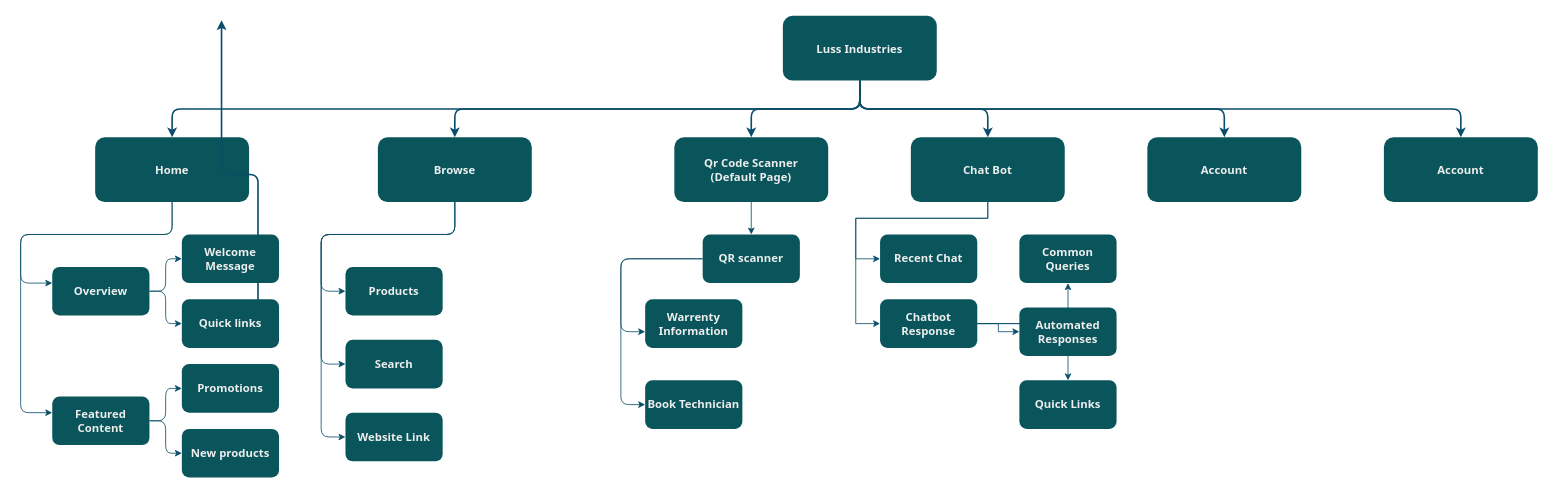
Above: Untitled Diagram.drawio in alishgosai/draw-io (draw.io), before the change. Source tidied: cells renumbered, new cells numbered last; positions are measured from the earlier drawing's top-left corner, leaving out a move shared by most shapes. Both pictures are drawn from the tidied source at 81%, with x=0, y=0 at pixel (20, 15).
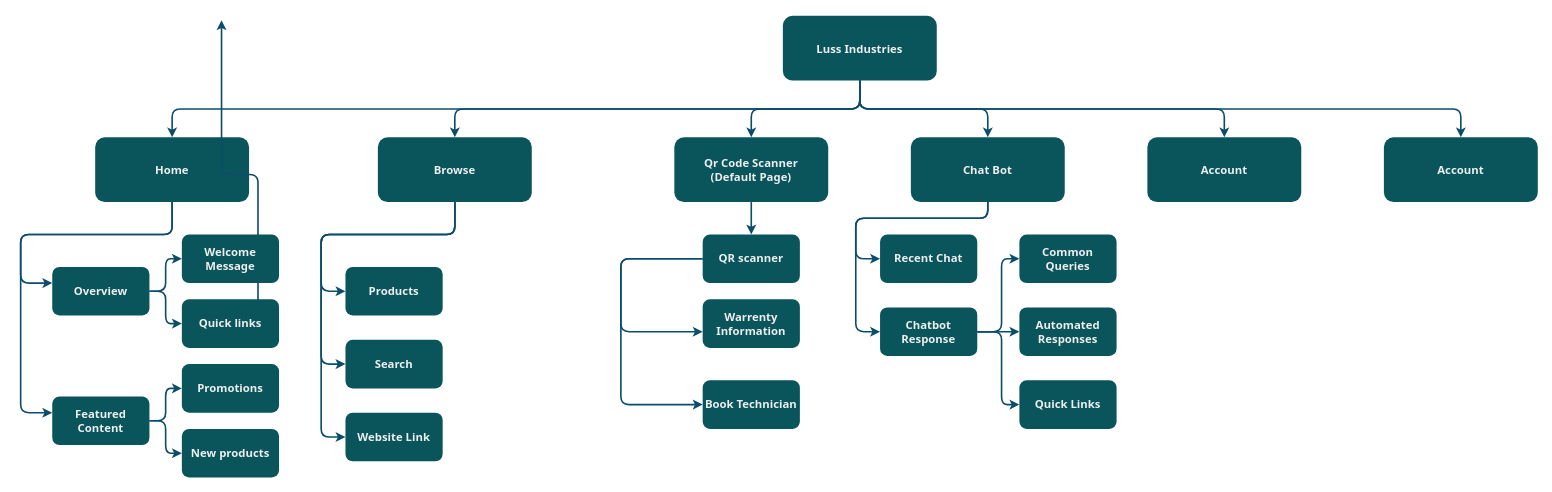
Above is the later version.

The edit, as a diff of the source:
```diff
@@
-    <mxCell id="2" value="Luss Industries" style="rounded=1;fillColor=#09555B;strokeColor=none;fontColor=#EEEEEE;fontStyle=1;fontFamily=Tahoma;fontSize=14;flipH=0;labelBackgroundColor=none;" parent="1" vertex="1">
+    <mxCell id="2" value="Luss Industries" style="rounded=1;fillColor=#09555B;strokeColor=none;fontColor=#EEEEEE;fontStyle=1;fontFamily=Tahoma;fontSize=14;flipH=0;labelBackgroundColor=none;strokeWidth=2;" parent="1" vertex="1">
       <mxGeometry x="941" width="190" height="80" as="geometry" />
     </mxCell>
-    <mxCell id="3" value="Account" style="rounded=1;fillColor=#09555B;strokeColor=none;fontColor=#EEEEEE;fontStyle=1;fontFamily=Tahoma;fontSize=14;direction=west;flipH=0;labelBackgroundColor=none;" parent="1" vertex="1">
+    <mxCell id="3" value="Account" style="rounded=1;fillColor=#09555B;strokeColor=none;fontColor=#EEEEEE;fontStyle=1;fontFamily=Tahoma;fontSize=14;direction=west;flipH=0;labelBackgroundColor=none;strokeWidth=2;" parent="1" vertex="1">
       <mxGeometry x="1391" y="150" width="190" height="80" as="geometry" />
     </mxCell>
@@
-    <mxCell id="5" style="edgeStyle=orthogonalEdgeStyle;rounded=1;jettySize=auto;html=1;labelBackgroundColor=none;strokeColor=#0B4D6A;fontColor=default;" parent="1" edge="1" source="6" target="39">
+    <mxCell id="5" style="edgeStyle=orthogonalEdgeStyle;rounded=1;jettySize=auto;html=1;labelBackgroundColor=none;strokeColor=#0B4D6A;fontColor=default;strokeWidth=2;" parent="1" edge="1" source="6" target="39">
       <mxGeometry relative="1" as="geometry" />
     </mxCell>
-    <mxCell id="6" value="Qr Code Scanner&#10;(Default Page)" style="rounded=1;fillColor=#09555B;strokeColor=none;fontColor=#EEEEEE;fontStyle=1;fontFamily=Tahoma;fontSize=14;direction=west;flipH=1;flipV=1;labelBackgroundColor=none;" parent="1" vertex="1">
+    <mxCell id="6" value="Qr Code Scanner&#10;(Default Page)" style="rounded=1;fillColor=#09555B;strokeColor=none;fontColor=#EEEEEE;fontStyle=1;fontFamily=Tahoma;fontSize=14;direction=west;flipH=1;flipV=1;labelBackgroundColor=none;strokeWidth=2;" parent="1" vertex="1">
       <mxGeometry x="807" y="150" width="190" height="80" as="geometry" />
     </mxCell>
-    <mxCell id="7" style="edgeStyle=orthogonalEdgeStyle;rounded=1;jettySize=auto;html=1;labelBackgroundColor=none;strokeColor=#0B4D6A;fontColor=default;" parent="1" edge="1" source="10" target="34">
+    <mxCell id="7" style="edgeStyle=orthogonalEdgeStyle;rounded=1;jettySize=auto;html=1;labelBackgroundColor=none;strokeColor=#0B4D6A;fontColor=default;strokeWidth=2;" parent="1" edge="1" source="10" target="34">
       <mxGeometry relative="1" as="geometry">
         <Array as="points">
           <mxPoint x="536" y="270" />
           <mxPoint x="371" y="270" />
           <mxPoint x="371" y="340" />
         </Array>
       </mxGeometry>
     </mxCell>
-    <mxCell id="8" style="edgeStyle=orthogonalEdgeStyle;rounded=1;jettySize=auto;html=1;labelBackgroundColor=none;strokeColor=#0B4D6A;fontColor=default;" parent="1" edge="1" source="10" target="35">
+    <mxCell id="8" style="edgeStyle=orthogonalEdgeStyle;rounded=1;jettySize=auto;html=1;labelBackgroundColor=none;strokeColor=#0B4D6A;fontColor=default;strokeWidth=2;" parent="1" edge="1" source="10" target="35">
       <mxGeometry relative="1" as="geometry">
         <Array as="points">
           <mxPoint x="536" y="270" />
           <mxPoint x="371" y="270" />
           <mxPoint x="371" y="430" />
         </Array>
       </mxGeometry>
     </mxCell>
-    <mxCell id="9" style="edgeStyle=orthogonalEdgeStyle;rounded=1;jettySize=auto;html=1;labelBackgroundColor=none;strokeColor=#0B4D6A;fontColor=default;" parent="1" edge="1" source="10" target="36">
+    <mxCell id="9" style="edgeStyle=orthogonalEdgeStyle;rounded=1;jettySize=auto;html=1;labelBackgroundColor=none;strokeColor=#0B4D6A;fontColor=default;strokeWidth=2;" parent="1" edge="1" source="10" target="36">
       <mxGeometry relative="1" as="geometry">
         <Array as="points">
           <mxPoint x="536" y="270" />
           <mxPoint x="371" y="270" />
           <mxPoint x="371" y="520" />
         </Array>
       </mxGeometry>
     </mxCell>
-    <mxCell id="10" value="Browse" style="rounded=1;fillColor=#09555B;strokeColor=none;fontColor=#EEEEEE;fontStyle=1;fontFamily=Tahoma;fontSize=14;direction=west;flipH=0;labelBackgroundColor=none;" parent="1" vertex="1">
+    <mxCell id="10" value="Browse" style="rounded=1;fillColor=#09555B;strokeColor=none;fontColor=#EEEEEE;fontStyle=1;fontFamily=Tahoma;fontSize=14;direction=west;flipH=0;labelBackgroundColor=none;strokeWidth=2;" parent="1" vertex="1">
       <mxGeometry x="441" y="150" width="190" height="80" as="geometry" />
     </mxCell>
-    <mxCell id="11" style="edgeStyle=orthogonalEdgeStyle;rounded=1;jettySize=auto;html=1;labelBackgroundColor=none;strokeColor=#0B4D6A;fontColor=default;" parent="1" edge="1" source="13" target="26">
+    <mxCell id="11" style="edgeStyle=orthogonalEdgeStyle;rounded=1;jettySize=auto;html=1;labelBackgroundColor=none;strokeColor=#0B4D6A;fontColor=default;strokeWidth=2;" parent="1" edge="1" source="13" target="26">
       <mxGeometry relative="1" as="geometry">
         <Array as="points">
           <mxPoint x="187" y="270" />
           <mxPoint y="270" />
           <mxPoint y="330" />
         </Array>
       </mxGeometry>
     </mxCell>
-    <mxCell id="12" style="edgeStyle=orthogonalEdgeStyle;rounded=1;jettySize=auto;html=1;labelBackgroundColor=none;strokeColor=#0B4D6A;fontColor=default;" parent="1" edge="1" source="13" target="27">
+    <mxCell id="12" style="edgeStyle=orthogonalEdgeStyle;rounded=1;jettySize=auto;html=1;labelBackgroundColor=none;strokeColor=#0B4D6A;fontColor=default;strokeWidth=2;" parent="1" edge="1" source="13" target="27">
       <mxGeometry relative="1" as="geometry">
         <Array as="points">
           <mxPoint x="187" y="270" />
           <mxPoint y="270" />
           <mxPoint y="490" />
         </Array>
       </mxGeometry>
     </mxCell>
-    <mxCell id="13" value="Home" style="rounded=1;fillColor=#09555B;strokeColor=none;fontColor=#EEEEEE;fontStyle=1;fontFamily=Tahoma;fontSize=14;direction=west;flipH=0;labelBackgroundColor=none;" parent="1" vertex="1">
+    <mxCell id="13" value="Home" style="rounded=1;fillColor=#09555B;strokeColor=none;fontColor=#EEEEEE;fontStyle=1;fontFamily=Tahoma;fontSize=14;direction=west;flipH=0;labelBackgroundColor=none;strokeWidth=2;" parent="1" vertex="1">
       <mxGeometry x="92" y="150" width="190" height="80" as="geometry" />
     </mxCell>
@@
-    <mxCell id="19" style="edgeStyle=orthogonalEdgeStyle;rounded=0;jettySize=auto;html=1;strokeColor=#0B4D6A;" parent="1" edge="1" source="21" target="42">
+    <mxCell id="19" style="edgeStyle=orthogonalEdgeStyle;rounded=1;jettySize=auto;html=1;strokeColor=#0B4D6A;labelBackgroundColor=none;fontColor=default;strokeWidth=2;" parent="1" edge="1" source="21" target="42">
       <mxGeometry relative="1" as="geometry">
         <Array as="points">
           <mxPoint x="1194" y="250" />
           <mxPoint x="1031" y="250" />
           <mxPoint x="1031" y="300" />
         </Array>
       </mxGeometry>
     </mxCell>
-    <mxCell id="20" style="edgeStyle=orthogonalEdgeStyle;rounded=0;jettySize=auto;html=1;strokeColor=#0B4D6A;entryX=0;entryY=0.5;entryDx=0;entryDy=0;" parent="1" edge="1" source="21" target="46">
+    <mxCell id="20" style="edgeStyle=orthogonalEdgeStyle;rounded=1;jettySize=auto;html=1;entryX=0;entryY=0.5;entryDx=0;entryDy=0;strokeColor=#0B4D6A;strokeWidth=2;" parent="1" edge="1" source="21" target="46">
       <mxGeometry relative="1" as="geometry">
         <Array as="points">
           <mxPoint x="1194" y="250" />
           <mxPoint x="1031" y="250" />
-          <mxPoint x="1031" y="380" />
+          <mxPoint x="1031" y="390" />
         </Array>
       </mxGeometry>
     </mxCell>
-    <mxCell id="21" value="Chat Bot" style="rounded=1;fillColor=#09555B;strokeColor=none;fontColor=#EEEEEE;fontStyle=1;fontFamily=Tahoma;fontSize=14;direction=west;flipH=0;labelBackgroundColor=none;" parent="1" vertex="1">
+    <mxCell id="21" value="Chat Bot" style="rounded=1;fillColor=#09555B;strokeColor=none;fontColor=#EEEEEE;fontStyle=1;fontFamily=Tahoma;fontSize=14;direction=west;flipH=0;labelBackgroundColor=none;strokeWidth=2;" parent="1" vertex="1">
       <mxGeometry x="1099" y="150" width="190" height="80" as="geometry" />
     </mxCell>
-    <mxCell id="22" value="Account" style="rounded=1;fillColor=#09555B;strokeColor=none;fontColor=#EEEEEE;fontStyle=1;fontFamily=Tahoma;fontSize=14;direction=west;flipH=0;labelBackgroundColor=none;" parent="1" vertex="1">
+    <mxCell id="22" value="Account" style="rounded=1;fillColor=#09555B;strokeColor=none;fontColor=#EEEEEE;fontStyle=1;fontFamily=Tahoma;fontSize=14;direction=west;flipH=0;labelBackgroundColor=none;strokeWidth=2;" parent="1" vertex="1">
       <mxGeometry x="1683" y="150" width="190" height="80" as="geometry" />
     </mxCell>
@@
-    <mxCell id="24" style="edgeStyle=orthogonalEdgeStyle;rounded=1;jettySize=auto;html=1;entryX=0;entryY=0.5;entryDx=0;entryDy=0;labelBackgroundColor=none;strokeColor=#0B4D6A;fontColor=default;" parent="1" edge="1" source="26" target="28">
+    <mxCell id="24" style="edgeStyle=orthogonalEdgeStyle;rounded=1;jettySize=auto;html=1;entryX=0;entryY=0.5;entryDx=0;entryDy=0;labelBackgroundColor=none;strokeColor=#0B4D6A;fontColor=default;strokeWidth=2;" parent="1" edge="1" source="26" target="28">
       <mxGeometry relative="1" as="geometry" />
     </mxCell>
-    <mxCell id="25" style="edgeStyle=orthogonalEdgeStyle;rounded=1;jettySize=auto;html=1;entryX=0;entryY=0.5;entryDx=0;entryDy=0;labelBackgroundColor=none;strokeColor=#0B4D6A;fontColor=default;" parent="1" edge="1" source="26" target="29">
+    <mxCell id="25" style="edgeStyle=orthogonalEdgeStyle;rounded=1;jettySize=auto;html=1;entryX=0;entryY=0.5;entryDx=0;entryDy=0;labelBackgroundColor=none;strokeColor=#0B4D6A;fontColor=default;strokeWidth=2;" parent="1" edge="1" source="26" target="29">
       <mxGeometry relative="1" as="geometry" />
     </mxCell>
-    <mxCell id="26" value="Overview" style="whiteSpace=wrap;html=1;fontSize=14;fontFamily=Tahoma;fillColor=#09555B;strokeColor=none;fontColor=#EEEEEE;rounded=1;fontStyle=1;labelBackgroundColor=none;" parent="1" vertex="1">
+    <mxCell id="26" value="Overview" style="whiteSpace=wrap;html=1;fontSize=14;fontFamily=Tahoma;fillColor=#09555B;strokeColor=none;fontColor=#EEEEEE;rounded=1;fontStyle=1;labelBackgroundColor=none;strokeWidth=2;" parent="1" vertex="1">
       <mxGeometry x="39" y="310" width="120" height="60" as="geometry" />
     </mxCell>
-    <mxCell id="27" value="Featured Content" style="whiteSpace=wrap;html=1;fontSize=14;fontFamily=Tahoma;fillColor=#09555B;strokeColor=none;fontColor=#EEEEEE;rounded=1;fontStyle=1;labelBackgroundColor=none;" parent="1" vertex="1">
+    <mxCell id="27" value="Featured Content" style="whiteSpace=wrap;html=1;fontSize=14;fontFamily=Tahoma;fillColor=#09555B;strokeColor=none;fontColor=#EEEEEE;rounded=1;fontStyle=1;labelBackgroundColor=none;strokeWidth=2;" parent="1" vertex="1">
       <mxGeometry x="39" y="470" width="120" height="60" as="geometry" />
     </mxCell>
-    <mxCell id="28" value="Welcome Message" style="whiteSpace=wrap;html=1;fontSize=14;fontFamily=Tahoma;fillColor=#09555B;strokeColor=none;fontColor=#EEEEEE;rounded=1;fontStyle=1;labelBackgroundColor=none;" parent="1" vertex="1">
+    <mxCell id="28" value="Welcome Message" style="whiteSpace=wrap;html=1;fontSize=14;fontFamily=Tahoma;fillColor=#09555B;strokeColor=none;fontColor=#EEEEEE;rounded=1;fontStyle=1;labelBackgroundColor=none;strokeWidth=2;" parent="1" vertex="1">
       <mxGeometry x="199" y="270" width="120" height="60" as="geometry" />
     </mxCell>
-    <mxCell id="29" value="Quick links" style="whiteSpace=wrap;html=1;fontSize=14;fontFamily=Tahoma;fillColor=#09555B;strokeColor=none;fontColor=#EEEEEE;rounded=1;fontStyle=1;labelBackgroundColor=none;" parent="1" vertex="1">
+    <mxCell id="29" value="Quick links" style="whiteSpace=wrap;html=1;fontSize=14;fontFamily=Tahoma;fillColor=#09555B;strokeColor=none;fontColor=#EEEEEE;rounded=1;fontStyle=1;labelBackgroundColor=none;strokeWidth=2;" parent="1" vertex="1">
       <mxGeometry x="199" y="350" width="120" height="60" as="geometry" />
     </mxCell>
-    <mxCell id="30" style="edgeStyle=orthogonalEdgeStyle;rounded=1;jettySize=auto;html=1;entryX=0;entryY=0.5;entryDx=0;entryDy=0;exitX=1;exitY=0.5;exitDx=0;exitDy=0;labelBackgroundColor=none;strokeColor=#0B4D6A;fontColor=default;" parent="1" edge="1" source="27" target="32">
+    <mxCell id="30" style="edgeStyle=orthogonalEdgeStyle;rounded=1;jettySize=auto;html=1;entryX=0;entryY=0.5;entryDx=0;entryDy=0;exitX=1;exitY=0.5;exitDx=0;exitDy=0;labelBackgroundColor=none;strokeColor=#0B4D6A;fontColor=default;strokeWidth=2;" parent="1" edge="1" source="27" target="32">
       <mxGeometry relative="1" as="geometry" />
     </mxCell>
-    <mxCell id="31" style="edgeStyle=orthogonalEdgeStyle;rounded=1;jettySize=auto;html=1;entryX=0;entryY=0.5;entryDx=0;entryDy=0;exitX=1;exitY=0.5;exitDx=0;exitDy=0;labelBackgroundColor=none;strokeColor=#0B4D6A;fontColor=default;" parent="1" edge="1" source="27" target="33">
+    <mxCell id="31" style="edgeStyle=orthogonalEdgeStyle;rounded=1;jettySize=auto;html=1;entryX=0;entryY=0.5;entryDx=0;entryDy=0;exitX=1;exitY=0.5;exitDx=0;exitDy=0;labelBackgroundColor=none;strokeColor=#0B4D6A;fontColor=default;strokeWidth=2;" parent="1" edge="1" source="27" target="33">
       <mxGeometry relative="1" as="geometry">
         <Array as="points">
           <mxPoint x="179" y="500" />
           <mxPoint x="179" y="540" />
         </Array>
       </mxGeometry>
     </mxCell>
-    <mxCell id="32" value="Promotions" style="whiteSpace=wrap;html=1;fontSize=14;fontFamily=Tahoma;fillColor=#09555B;strokeColor=none;fontColor=#EEEEEE;rounded=1;fontStyle=1;labelBackgroundColor=none;" parent="1" vertex="1">
+    <mxCell id="32" value="Promotions" style="whiteSpace=wrap;html=1;fontSize=14;fontFamily=Tahoma;fillColor=#09555B;strokeColor=none;fontColor=#EEEEEE;rounded=1;fontStyle=1;labelBackgroundColor=none;strokeWidth=2;" parent="1" vertex="1">
       <mxGeometry x="199" y="430" width="120" height="60" as="geometry" />
     </mxCell>
-    <mxCell id="33" value="New products" style="whiteSpace=wrap;html=1;fontSize=14;fontFamily=Tahoma;fillColor=#09555B;strokeColor=none;fontColor=#EEEEEE;rounded=1;fontStyle=1;labelBackgroundColor=none;" parent="1" vertex="1">
+    <mxCell id="33" value="New products" style="whiteSpace=wrap;html=1;fontSize=14;fontFamily=Tahoma;fillColor=#09555B;strokeColor=none;fontColor=#EEEEEE;rounded=1;fontStyle=1;labelBackgroundColor=none;strokeWidth=2;" parent="1" vertex="1">
       <mxGeometry x="199" y="510" width="120" height="60" as="geometry" />
     </mxCell>
-    <mxCell id="34" value="Products" style="whiteSpace=wrap;html=1;fontSize=14;fontFamily=Tahoma;fillColor=#09555B;strokeColor=none;fontColor=#EEEEEE;rounded=1;fontStyle=1;labelBackgroundColor=none;" parent="1" vertex="1">
+    <mxCell id="34" value="Products" style="whiteSpace=wrap;html=1;fontSize=14;fontFamily=Tahoma;fillColor=#09555B;strokeColor=none;fontColor=#EEEEEE;rounded=1;fontStyle=1;labelBackgroundColor=none;strokeWidth=2;" parent="1" vertex="1">
       <mxGeometry x="401" y="310" width="120" height="60" as="geometry" />
     </mxCell>
-    <mxCell id="35" value="Search" style="whiteSpace=wrap;html=1;fontSize=14;fontFamily=Tahoma;fillColor=#09555B;strokeColor=none;fontColor=#EEEEEE;rounded=1;fontStyle=1;labelBackgroundColor=none;" parent="1" vertex="1">
+    <mxCell id="35" value="Search" style="whiteSpace=wrap;html=1;fontSize=14;fontFamily=Tahoma;fillColor=#09555B;strokeColor=none;fontColor=#EEEEEE;rounded=1;fontStyle=1;labelBackgroundColor=none;strokeWidth=2;" parent="1" vertex="1">
       <mxGeometry x="401" y="400" width="120" height="60" as="geometry" />
     </mxCell>
-    <mxCell id="36" value="Website Link" style="whiteSpace=wrap;html=1;fontSize=14;fontFamily=Tahoma;fillColor=#09555B;strokeColor=none;fontColor=#EEEEEE;rounded=1;fontStyle=1;labelBackgroundColor=none;" parent="1" vertex="1">
+    <mxCell id="36" value="Website Link" style="whiteSpace=wrap;html=1;fontSize=14;fontFamily=Tahoma;fillColor=#09555B;strokeColor=none;fontColor=#EEEEEE;rounded=1;fontStyle=1;labelBackgroundColor=none;strokeWidth=2;" parent="1" vertex="1">
       <mxGeometry x="401" y="490" width="120" height="60" as="geometry" />
     </mxCell>
-    <mxCell id="37" style="edgeStyle=orthogonalEdgeStyle;rounded=1;jettySize=auto;html=1;labelBackgroundColor=none;strokeColor=#0B4D6A;fontColor=default;" parent="1" edge="1" source="39" target="40">
+    <mxCell id="37" style="edgeStyle=orthogonalEdgeStyle;rounded=1;jettySize=auto;html=1;labelBackgroundColor=none;strokeColor=#0B4D6A;fontColor=default;strokeWidth=2;" parent="1" edge="1" source="39" target="40">
       <mxGeometry relative="1" as="geometry">
         <Array as="points">
           <mxPoint x="741" y="300" />
           <mxPoint x="741" y="390" />
         </Array>
       </mxGeometry>
     </mxCell>
-    <mxCell id="38" style="edgeStyle=orthogonalEdgeStyle;rounded=1;jettySize=auto;html=1;labelBackgroundColor=none;strokeColor=#0B4D6A;fontColor=default;" parent="1" edge="1" source="39" target="41">
+    <mxCell id="38" style="edgeStyle=orthogonalEdgeStyle;rounded=1;jettySize=auto;html=1;labelBackgroundColor=none;strokeColor=#0B4D6A;fontColor=default;strokeWidth=2;" parent="1" edge="1" source="39" target="41">
       <mxGeometry relative="1" as="geometry">
         <Array as="points">
           <mxPoint x="741" y="300" />
           <mxPoint x="741" y="480" />
         </Array>
       </mxGeometry>
     </mxCell>
-    <mxCell id="39" value="QR scanner" style="whiteSpace=wrap;html=1;fontSize=14;fontFamily=Tahoma;fillColor=#09555B;strokeColor=none;fontColor=#EEEEEE;rounded=1;fontStyle=1;labelBackgroundColor=none;" parent="1" vertex="1">
+    <mxCell id="39" value="QR scanner" style="whiteSpace=wrap;html=1;fontSize=14;fontFamily=Tahoma;fillColor=#09555B;strokeColor=none;fontColor=#EEEEEE;rounded=1;fontStyle=1;labelBackgroundColor=none;strokeWidth=2;" parent="1" vertex="1">
       <mxGeometry x="842" y="270" width="120" height="60" as="geometry" />
     </mxCell>
-    <mxCell id="40" value="Warrenty Information" style="whiteSpace=wrap;html=1;fontSize=14;fontFamily=Tahoma;fillColor=#09555B;strokeColor=none;fontColor=#EEEEEE;rounded=1;fontStyle=1;labelBackgroundColor=none;" parent="1" vertex="1">
-      <mxGeometry x="771" y="350" width="120" height="60" as="geometry" />
+    <mxCell id="40" value="Warrenty Information" style="whiteSpace=wrap;html=1;fontSize=14;fontFamily=Tahoma;fillColor=#09555B;strokeColor=none;fontColor=#EEEEEE;rounded=1;fontStyle=1;labelBackgroundColor=none;strokeWidth=2;" parent="1" vertex="1">
+      <mxGeometry x="842" y="350" width="120" height="60" as="geometry" />
     </mxCell>
-    <mxCell id="41" value="Book Technician" style="whiteSpace=wrap;html=1;fontSize=14;fontFamily=Tahoma;fillColor=#09555B;strokeColor=none;fontColor=#EEEEEE;rounded=1;fontStyle=1;labelBackgroundColor=none;" parent="1" vertex="1">
-      <mxGeometry x="771" y="450" width="120" height="60" as="geometry" />
+    <mxCell id="41" value="Book Technician" style="whiteSpace=wrap;html=1;fontSize=14;fontFamily=Tahoma;fillColor=#09555B;strokeColor=none;fontColor=#EEEEEE;rounded=1;fontStyle=1;labelBackgroundColor=none;strokeWidth=2;" parent="1" vertex="1">
+      <mxGeometry x="842" y="450" width="120" height="60" as="geometry" />
     </mxCell>
-    <mxCell id="42" value="Recent Chat" style="whiteSpace=wrap;html=1;fontSize=14;fontFamily=Tahoma;fillColor=#09555B;strokeColor=none;fontColor=#EEEEEE;rounded=1;fontStyle=1;labelBackgroundColor=none;" parent="1" vertex="1">
+    <mxCell id="42" value="Recent Chat" style="whiteSpace=wrap;html=1;fontSize=14;fontFamily=Tahoma;fillColor=#09555B;strokeColor=none;fontColor=#EEEEEE;rounded=1;fontStyle=1;labelBackgroundColor=none;strokeWidth=2;" parent="1" vertex="1">
       <mxGeometry x="1061" y="270" width="120" height="60" as="geometry" />
     </mxCell>
-    <mxCell id="43" style="edgeStyle=orthogonalEdgeStyle;rounded=0;jettySize=auto;html=1;strokeColor=#0B4D6A;" parent="1" edge="1" source="46" target="47">
-      <mxGeometry relative="1" as="geometry" />
+    <mxCell id="43" style="edgeStyle=orthogonalEdgeStyle;rounded=1;jettySize=auto;html=1;strokeColor=#0B4D6A;labelBackgroundColor=none;fontColor=default;strokeWidth=2;" parent="1" edge="1" source="46" target="47">
+      <mxGeometry relative="1" as="geometry">
+        <Array as="points">
+          <mxPoint x="1211" y="390" />
+          <mxPoint x="1211" y="300" />
+        </Array>
+      </mxGeometry>
     </mxCell>
-    <mxCell id="44" style="edgeStyle=orthogonalEdgeStyle;rounded=0;jettySize=auto;html=1;strokeColor=#0B4D6A;" parent="1" edge="1" source="46" target="48">
-      <mxGeometry relative="1" as="geometry" />
+    <mxCell id="44" style="edgeStyle=orthogonalEdgeStyle;rounded=1;jettySize=auto;html=1;strokeColor=#0B4D6A;labelBackgroundColor=none;fontColor=default;strokeWidth=2;" parent="1" edge="1" source="46" target="48">
+      <mxGeometry relative="1" as="geometry">
+        <Array as="points">
+          <mxPoint x="1201" y="390" />
+          <mxPoint x="1201" y="390" />
+        </Array>
+      </mxGeometry>
     </mxCell>
-    <mxCell id="45" style="edgeStyle=orthogonalEdgeStyle;rounded=0;jettySize=auto;html=1;strokeColor=#0B4D6A;" parent="1" edge="1" source="46" target="49">
-      <mxGeometry relative="1" as="geometry" />
+    <mxCell id="45" style="edgeStyle=orthogonalEdgeStyle;rounded=1;jettySize=auto;html=1;strokeColor=#0B4D6A;labelBackgroundColor=none;fontColor=default;strokeWidth=2;" parent="1" edge="1" source="46" target="49">
+      <mxGeometry relative="1" as="geometry">
+        <Array as="points">
+          <mxPoint x="1211" y="390" />
+          <mxPoint x="1211" y="480" />
+        </Array>
+      </mxGeometry>
     </mxCell>
-    <mxCell id="46" value="Chatbot Response" style="whiteSpace=wrap;html=1;fontSize=14;fontFamily=Tahoma;fillColor=#09555B;strokeColor=none;fontColor=#EEEEEE;rounded=1;fontStyle=1;labelBackgroundColor=none;" parent="1" vertex="1">
-      <mxGeometry x="1061" y="350" width="120" height="60" as="geometry" />
+    <mxCell id="46" value="Chatbot Response" style="whiteSpace=wrap;html=1;fontSize=14;fontFamily=Tahoma;fillColor=#09555B;strokeColor=none;fontColor=#EEEEEE;rounded=1;fontStyle=1;labelBackgroundColor=none;strokeWidth=2;" parent="1" vertex="1">
+      <mxGeometry x="1061" y="360" width="120" height="60" as="geometry" />
     </mxCell>
-    <mxCell id="47" value="Common Queries" style="whiteSpace=wrap;html=1;fontSize=14;fontFamily=Tahoma;fillColor=#09555B;strokeColor=none;fontColor=#EEEEEE;rounded=1;fontStyle=1;labelBackgroundColor=none;" parent="1" vertex="1">
+    <mxCell id="47" value="Common Queries" style="whiteSpace=wrap;html=1;fontSize=14;fontFamily=Tahoma;fillColor=#09555B;strokeColor=none;fontColor=#EEEEEE;rounded=1;fontStyle=1;labelBackgroundColor=none;strokeWidth=2;" parent="1" vertex="1">
       <mxGeometry x="1233" y="270" width="120" height="60" as="geometry" />
     </mxCell>
-    <mxCell id="48" value="Automated Responses" style="whiteSpace=wrap;html=1;fontSize=14;fontFamily=Tahoma;fillColor=#09555B;strokeColor=none;fontColor=#EEEEEE;rounded=1;fontStyle=1;labelBackgroundColor=none;" parent="1" vertex="1">
+    <mxCell id="48" value="Automated Responses" style="whiteSpace=wrap;html=1;fontSize=14;fontFamily=Tahoma;fillColor=#09555B;strokeColor=none;fontColor=#EEEEEE;rounded=1;fontStyle=1;labelBackgroundColor=none;strokeWidth=2;" parent="1" vertex="1">
       <mxGeometry x="1233" y="360" width="120" height="60" as="geometry" />
     </mxCell>
-    <mxCell id="49" value="Quick Links" style="whiteSpace=wrap;html=1;fontSize=14;fontFamily=Tahoma;fillColor=#09555B;strokeColor=none;fontColor=#EEEEEE;rounded=1;fontStyle=1;labelBackgroundColor=none;" parent="1" vertex="1">
+    <mxCell id="49" value="Quick Links" style="whiteSpace=wrap;html=1;fontSize=14;fontFamily=Tahoma;fillColor=#09555B;strokeColor=none;fontColor=#EEEEEE;rounded=1;fontStyle=1;labelBackgroundColor=none;strokeWidth=2;" parent="1" vertex="1">
       <mxGeometry x="1233" y="450" width="120" height="60" as="geometry" />
     </mxCell>
```
